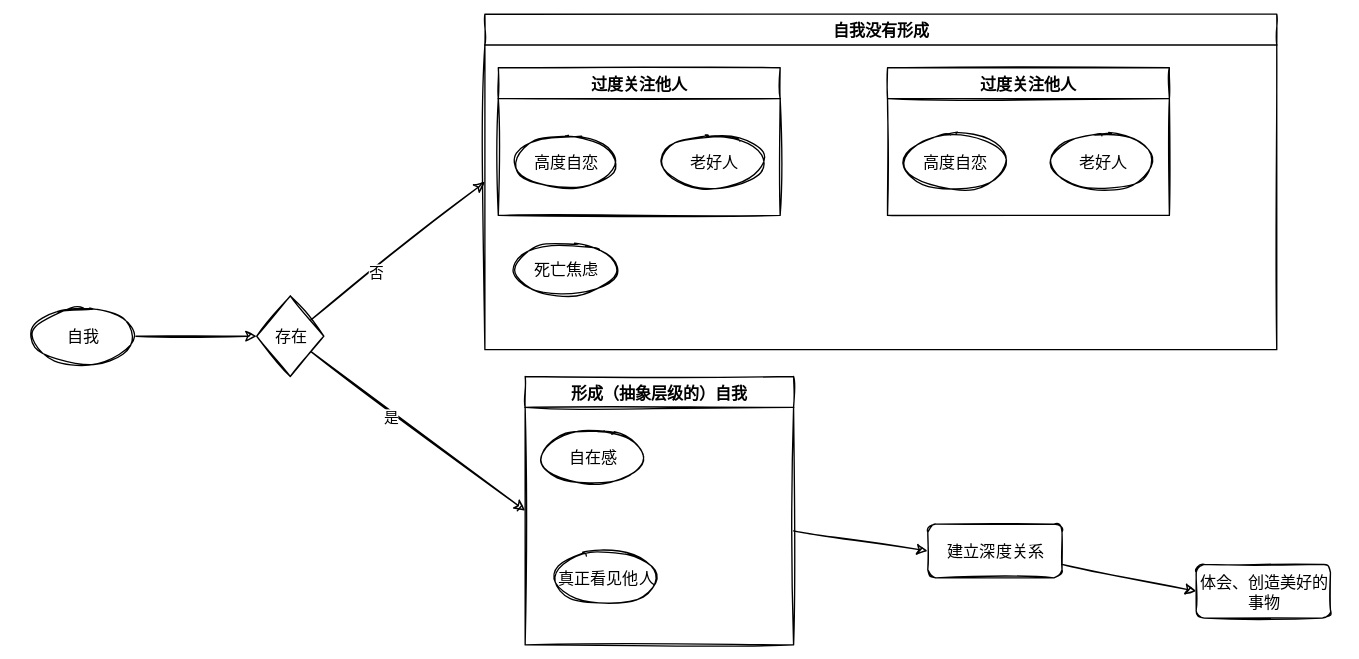
Above: 笔记/工具/通用概念/Untitled Diagram.svg in Echo-Yanglulu/obsidianPrivateNote (draw.io), before the change. Source tidied: cells renumbered, new cells last; positions are measured from the earlier drawing's top-left corner, leaving out a move shared by most shapes.
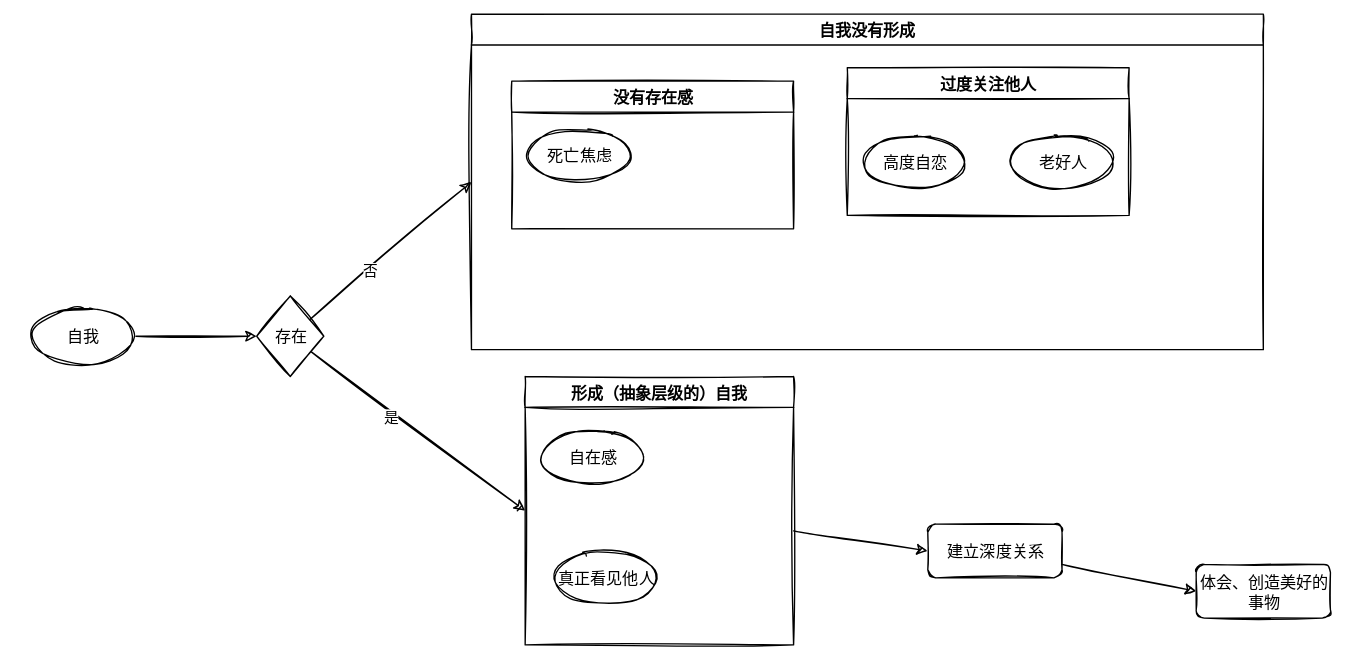
Above is the later version.

Change to the diagram source:
```diff
@@ -24,13 +24,10 @@
       <mxGeometry x="170" y="210" width="50" height="60" as="geometry" />
     </mxCell>
     <mxCell id="9" value="自我没有形成" style="swimlane;" parent="1" vertex="1">
-      <mxGeometry x="340" width="590" height="250" as="geometry" />
+      <mxGeometry x="330" width="590" height="250" as="geometry" />
     </mxCell>
-    <mxCell id="10" value="死亡焦虑" style="ellipse;whiteSpace=wrap;html=1;" parent="9" vertex="1">
-      <mxGeometry x="20" y="170" width="80" height="40" as="geometry" />
-    </mxCell>
     <mxCell id="11" value="过度关注他人" style="swimlane;" parent="9" vertex="1">
-      <mxGeometry x="10" y="40" width="210" height="110" as="geometry" />
+      <mxGeometry x="280" y="40" width="210" height="110" as="geometry" />
     </mxCell>
     <mxCell id="12" value="老好人" style="ellipse;whiteSpace=wrap;html=1;" parent="11" vertex="1">
       <mxGeometry x="120" y="50" width="80" height="40" as="geometry" />
@@ -38,15 +35,12 @@
     <mxCell id="13" value="高度自恋" style="ellipse;whiteSpace=wrap;html=1;" parent="11" vertex="1">
       <mxGeometry x="10" y="50" width="80" height="40" as="geometry" />
     </mxCell>
-    <mxCell id="14" value="过度关注他人" style="swimlane;" parent="9" vertex="1">
-      <mxGeometry x="300" y="40" width="210" height="110" as="geometry" />
+    <mxCell id="14" value="没有存在感" style="swimlane;" parent="9" vertex="1">
+      <mxGeometry x="30" y="50" width="210" height="110" as="geometry" />
     </mxCell>
-    <mxCell id="15" value="老好人" style="ellipse;whiteSpace=wrap;html=1;" parent="14" vertex="1">
-      <mxGeometry x="120" y="50" width="80" height="40" as="geometry" />
-    </mxCell>
-    <mxCell id="16" value="高度自恋" style="ellipse;whiteSpace=wrap;html=1;" parent="14" vertex="1">
-      <mxGeometry x="10" y="50" width="80" height="40" as="geometry" />
-    </mxCell>
+    <mxCell id="10" value="死亡焦虑" style="ellipse;whiteSpace=wrap;html=1;" parent="14" vertex="1">
+      <mxGeometry x="10" y="35" width="80" height="40" as="geometry" />
+    </mxCell>
     <mxCell id="17" style="edgeStyle=none;html=1;entryX=0;entryY=0.5;entryDx=0;entryDy=0;" parent="1" edge="1" source="18" target="22">
       <mxGeometry relative="1" as="geometry" />
     </mxCell>
```
